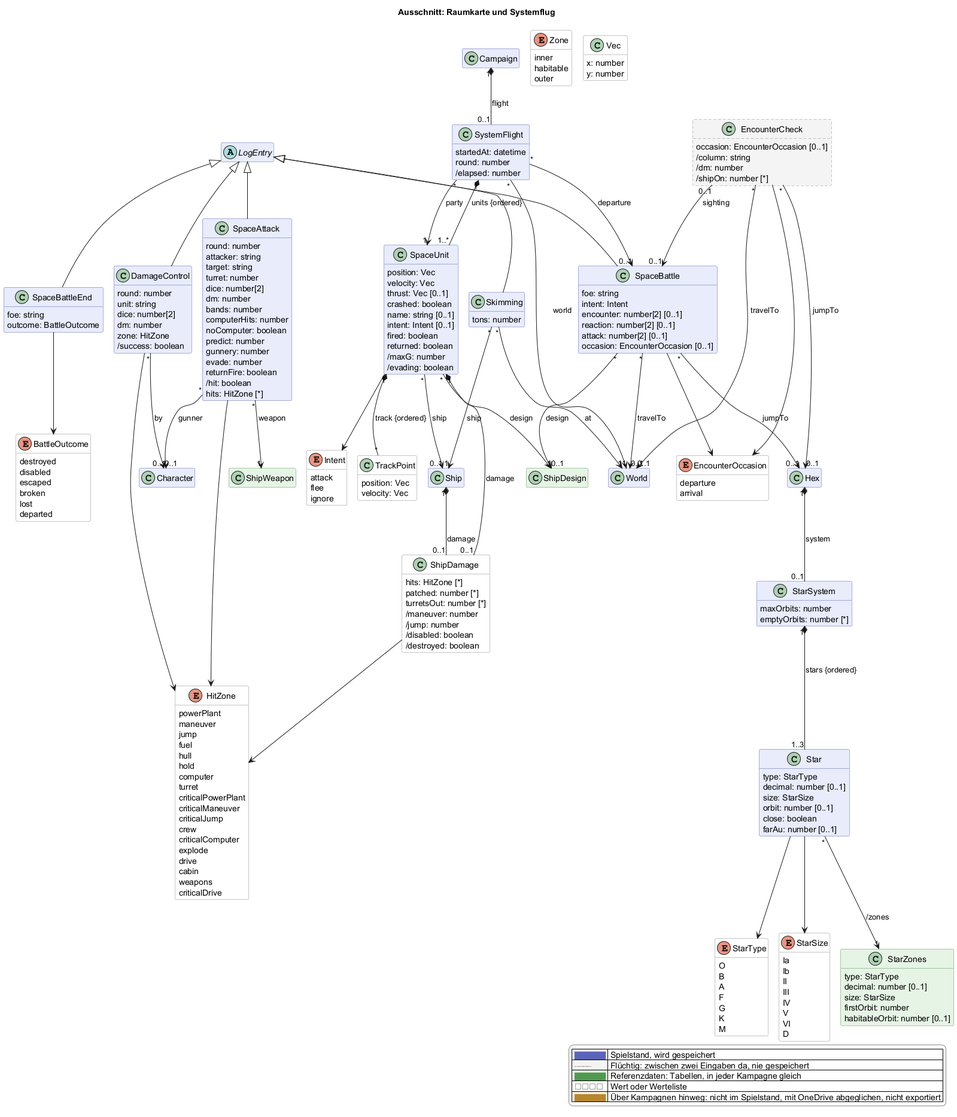
scuzzar/SRE keeps this PlantUML diagram as docs/views/raum.png. Above is the earlier version.
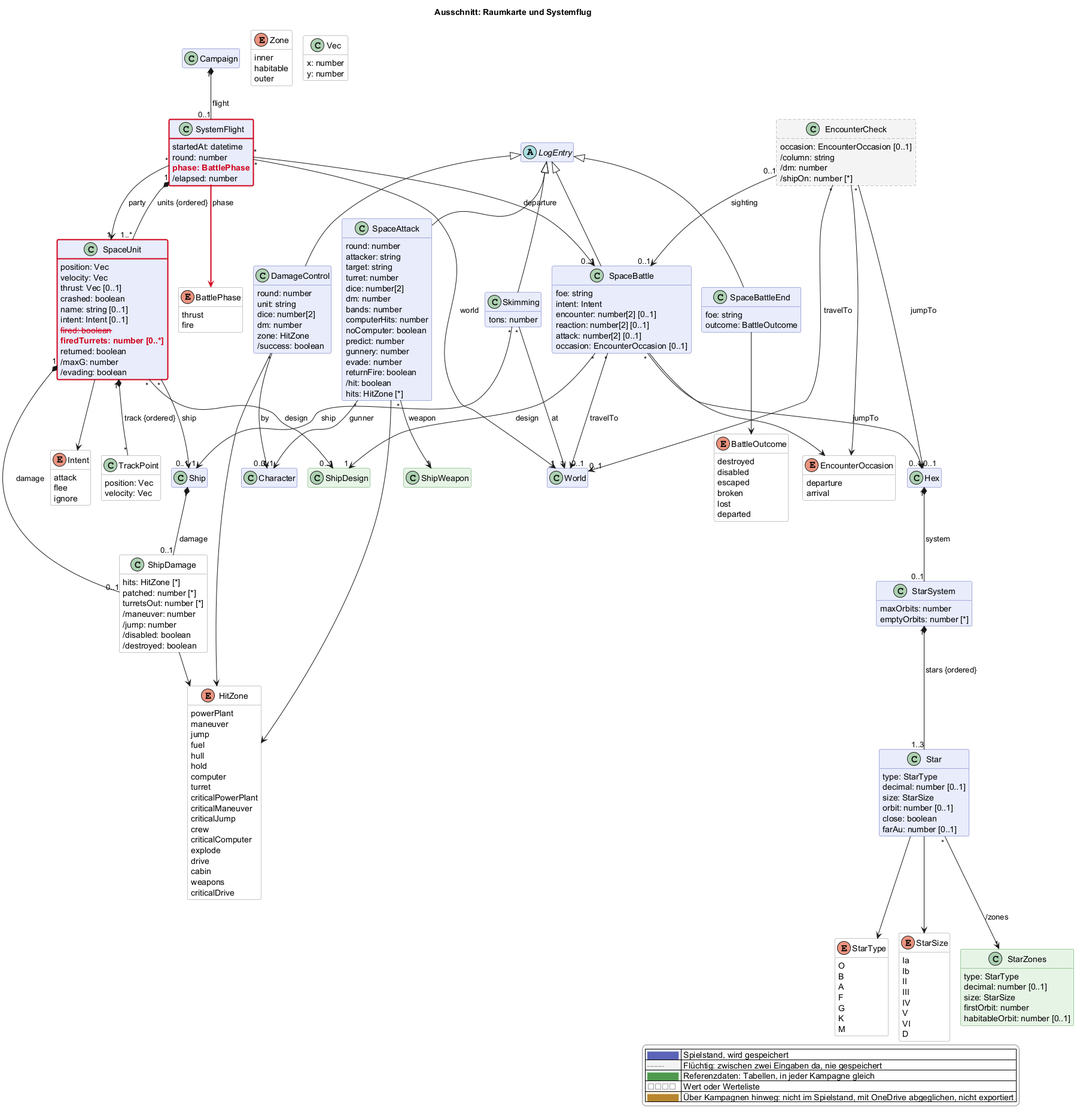
After the change.

What changed in the source:
```diff
@@ -79,6 +79,7 @@
   class SystemFlight $raum {
     startedAt: datetime
     round: number
+    $new("2026-11-23a", "phase: BattlePhase")
     /elapsed: number
   }
   class StarSystem $raum {
@@ -161,6 +162,10 @@
     flee
     ignore
   }
+  enum BattlePhase <<value>> $raum {
+    thrust
+    fire
+  }
   class SpaceBattle $raum {
     foe: string
     intent: Intent
@@ -215,7 +220,8 @@
     crashed: boolean
     name: string [0..1]
     intent: Intent [0..1]
-    fired: boolean
+    $gone("2026-11-23a", "fired: boolean")
+    $new("2026-11-23a", "firedTurrets: number [0..*]")
     returned: boolean
     /maxG: number
     /evading: boolean
@@ -252,6 +258,7 @@
 Campaign "1" *-- "0..1" SystemFlight : flight
 SystemFlight "*" --> "1" World : world
 SystemFlight "1" *-- "1..*" SpaceUnit : units {ordered}
+SystemFlight -$newArrow("2026-11-23a")-> BattlePhase : phase
 SpaceUnit "*" --> "0..1" Ship : ship
 SpaceUnit "*" --> "0..1" ShipDesign : design
 SpaceUnit "1" *-- "0..1" ShipDamage : damage
@@ -307,4 +314,6 @@
   |<#ffffff> <color:#8a8a8a>□□□□</color> | Wert oder Werteliste |
   |<#fdf1dc> <color:#b8862e>████</color> | Über Kampagnen hinweg: nicht im Spielstand, mit OneDrive abgeglichen, nicht exportiert |
 endlegend
+class SystemFlight #line:d0021b;line.bold
+class SpaceUnit #line:d0021b;line.bold
 @enduml
```
